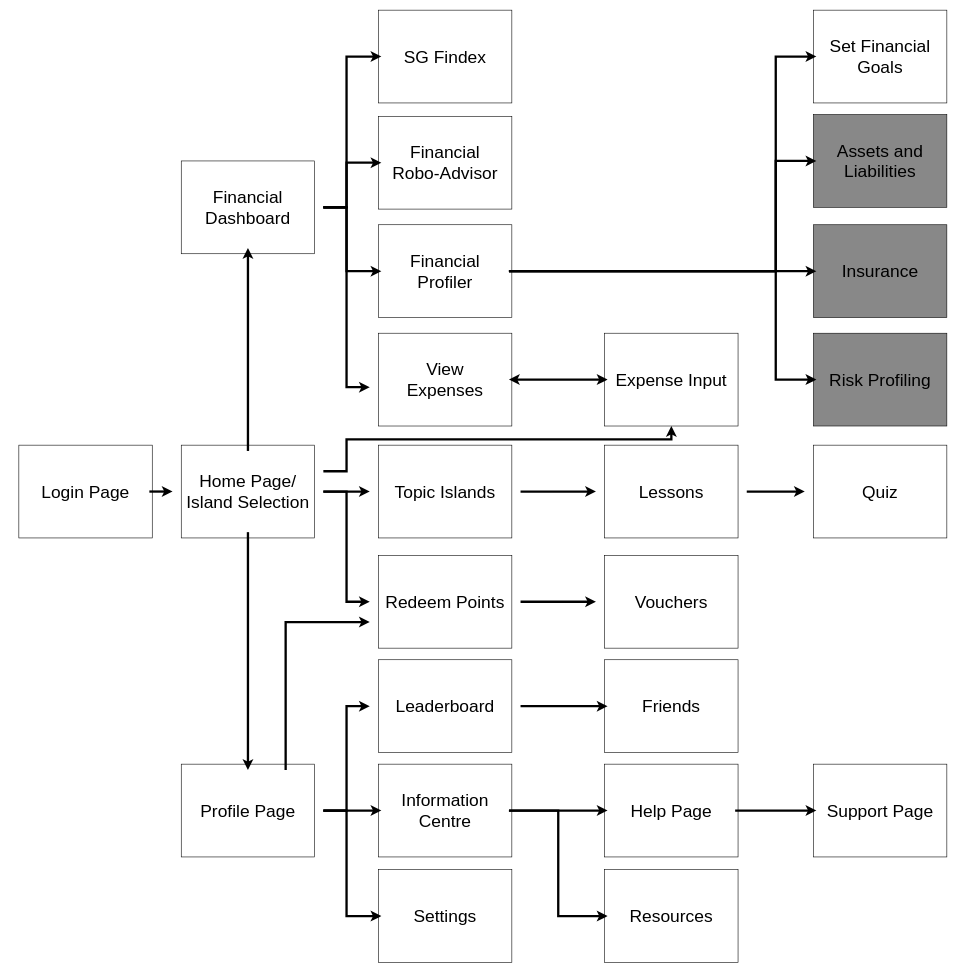
This is FinanceKaki_Iter2.drawio from tigercxx/hello-world, a draw.io file, before an edit. Source tidied: cells renumbered, new cells numbered last; positions are measured from the earlier drawing's top-left corner, leaving out a move shared by most shapes. Both pictures are drawn from the tidied source at 58%, with x=0, y=0 at pixel (10, 10).
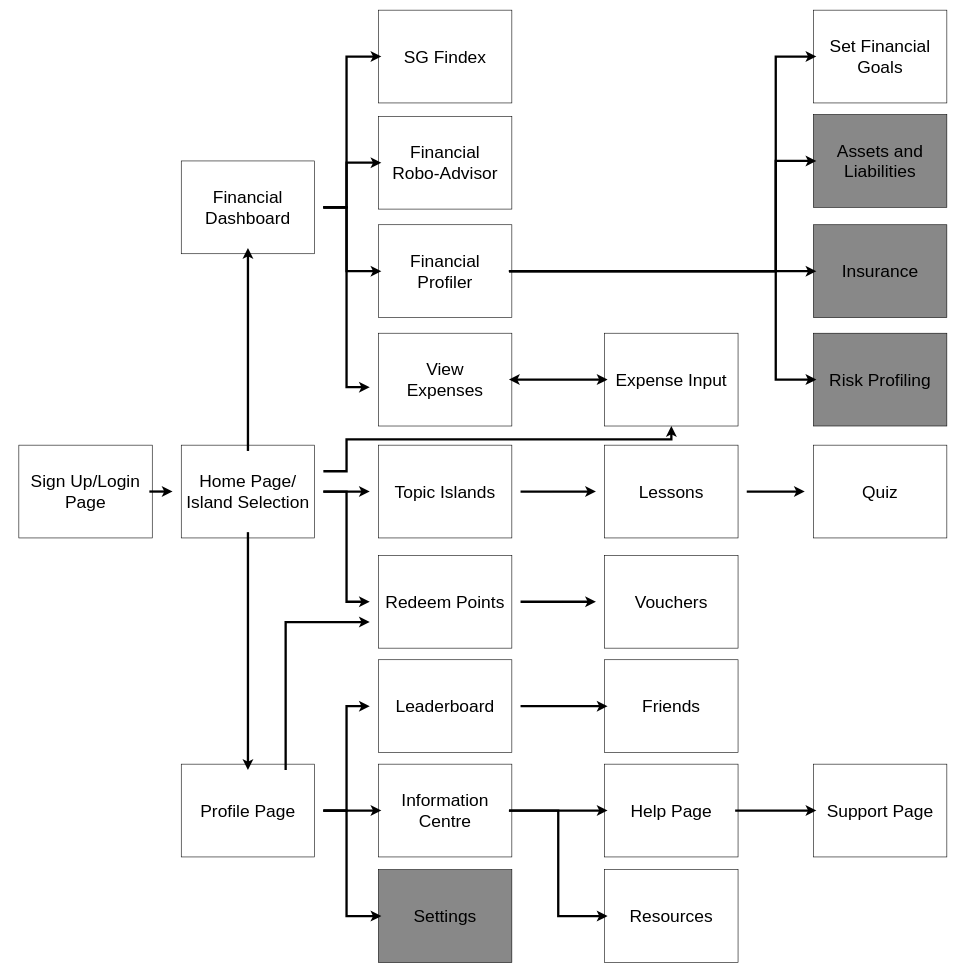
Above is the later version.

The change refers to these unchanged cells:
```xml
<mxCell id="3" style="group;" parent="2" vertex="1">
  <mxGeometry x="15" width="230" height="160" as="geometry" />
</mxCell>
<mxCell id="45" style="group;" parent="1" vertex="1">
  <mxGeometry x="620" y="1482" width="260" height="160" as="geometry" />
</mxCell>
```

Diff of the diagram source:
```diff
@@
-    <mxCell id="5" value="&lt;font style=&quot;font-size: 30px;&quot;&gt;Login Page&lt;/font&gt;" style="text;html=1;strokeColor=none;fillColor=none;align=center;verticalAlign=middle;whiteSpace=wrap;rounded=0;" parent="3" vertex="1">
+    <mxCell id="5" value="&lt;font style=&quot;font-size: 30px;&quot;&gt;Sign Up/Login Page&lt;/font&gt;" style="text;html=1;strokeColor=none;fillColor=none;align=center;verticalAlign=middle;whiteSpace=wrap;rounded=0;" parent="3" vertex="1">
       <mxGeometry x="5" y="10" width="220" height="140" as="geometry" />
     </mxCell>
@@
-    <mxCell id="46" style="rounded=0;whiteSpace=wrap;html=1;" parent="45" vertex="1">
+    <mxCell id="46" style="rounded=0;whiteSpace=wrap;html=1;fillColor=#888;" parent="45" vertex="1">
       <mxGeometry x="15" width="230" height="160" as="geometry" />
     </mxCell>
```
